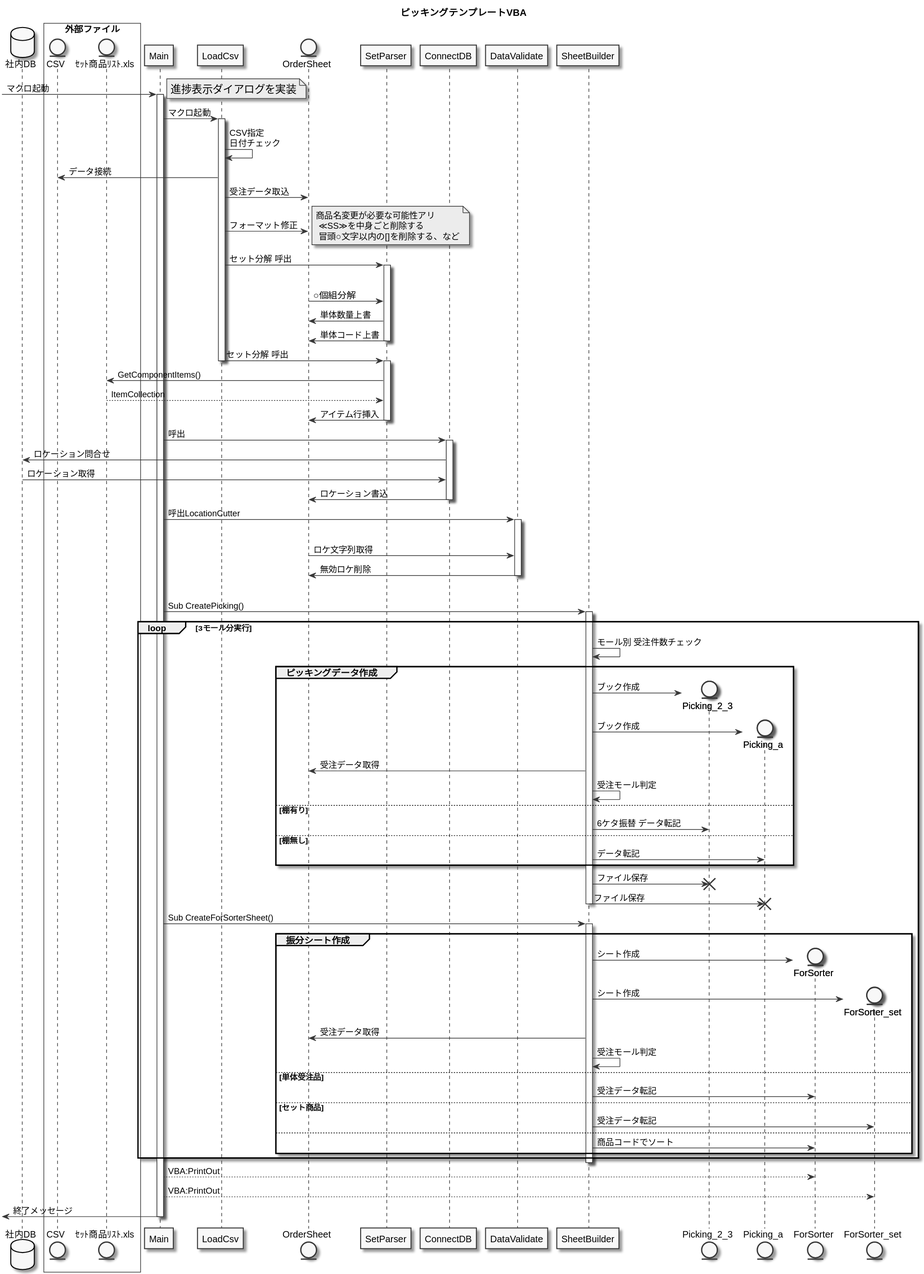
The PlantUML diagram out/picking_create_vba/picking_create_vba.svg in amunenaga/ec-backyard-macro, before a commit. Its source is kept beside it as picking_create_vba.puml.
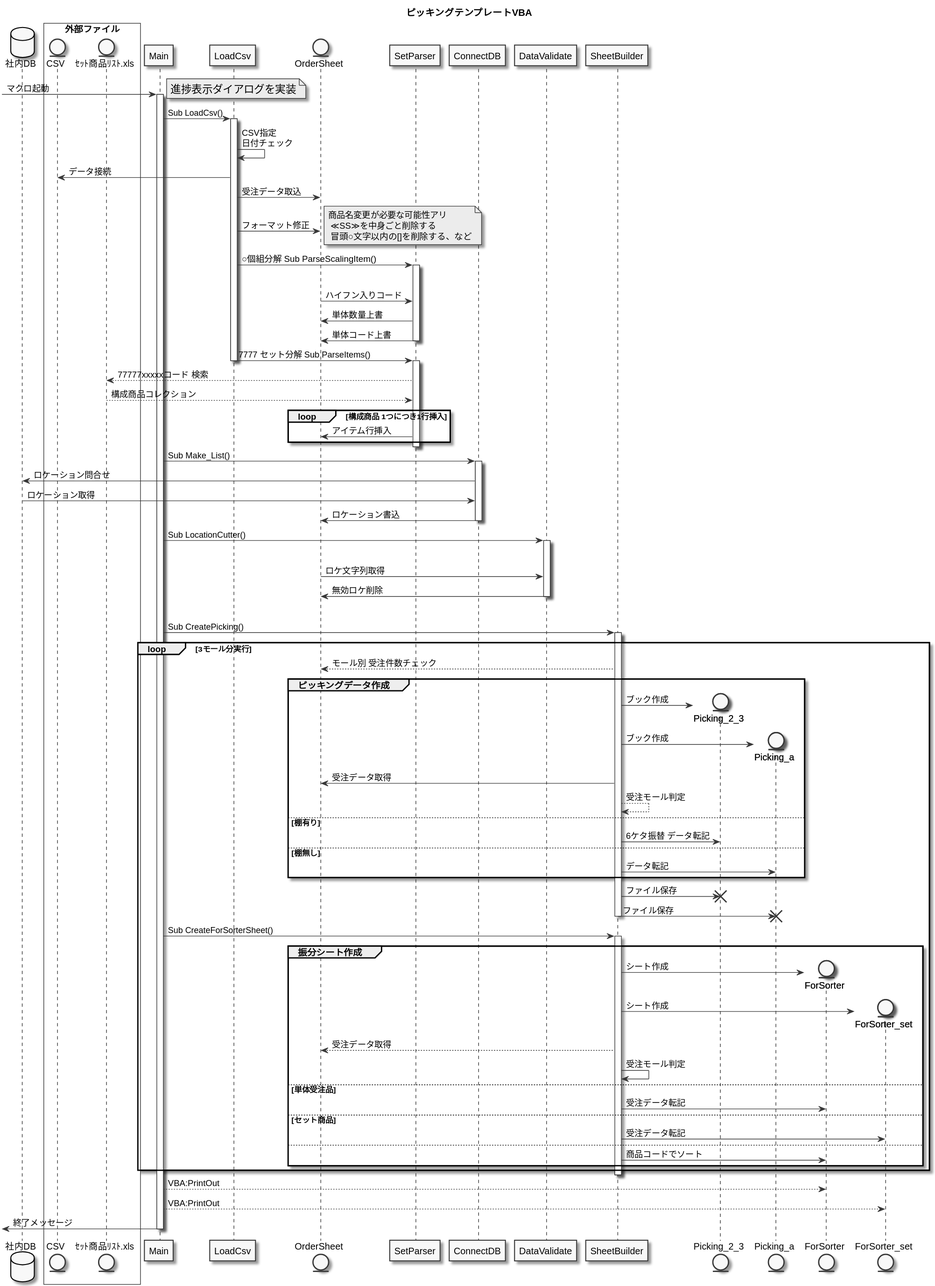
The same diagram one commit later.

Change to the diagram source:
```diff
@@ -21,7 +21,7 @@
   <size:16>進捗表示ダイアログを実装</size>
 end note
 
-Main -> LoadCsv : マクロ起動
+Main -> LoadCsv : Sub LoadCsv()
 activate LoadCsv
 
 LoadCsv -> LoadCsv : CSV指定\n日付チェック
@@ -41,27 +41,29 @@
      冒頭○文字以内の[]を削除する、など
 end note
 
-LoadCsv -> SetParser : セット分解 呼出
+LoadCsv -> SetParser : ○個組分解 Sub ParseScalingItem()
 |||
 activate SetParser
 
-SetParser <- OrderSheet :○個組分解
+SetParser <- OrderSheet : ハイフン入りコード
 SetParser -> OrderSheet : 単体数量上書
 SetParser -> OrderSheet : 単体コード上書
 deactivate SetParser
 
-LoadCsv -> SetParser : セット分解 呼出
+LoadCsv -> SetParser : 7777 セット分解 Sub ParseItems()
 deactivate LoadCsv
 activate SetParser
 
-ｾｯﾄ商品ﾘｽﾄ.xls <- SetParser : GetComponentItems()
-ｾｯﾄ商品ﾘｽﾄ.xls --> SetParser : ItemCollection
+ｾｯﾄ商品ﾘｽﾄ.xls <-- SetParser : 77777xxxxxコード 検索
+ｾｯﾄ商品ﾘｽﾄ.xls --> SetParser : 構成商品コレクション
 
-SetParser -> OrderSheet : アイテム行挿入
+Loop 構成商品 1つにつき1行挿入
+    SetParser -> OrderSheet : アイテム行挿入
+end
 
 deactivate SetParser
 
-Main -> ConnectDB : 呼出
+Main -> ConnectDB : Sub Make_List()
 activate ConnectDB
 社内DB <- ConnectDB : ロケーション問合せ
 社内DB -> ConnectDB :ロケーション取得
@@ -72,7 +74,7 @@
 
 participant DataValidate
 
-Main -> DataValidate : 呼出LocationCutter
+Main -> DataValidate : Sub LocationCutter()
 
 activate DataValidate
 
@@ -91,7 +93,7 @@
 
 loop 3モール分実行
 
-    SheetBuilder->SheetBuilder : モール別 受注件数チェック
+    OrderSheet <-- SheetBuilder : モール別 受注件数チェック
 
     Group ピッキングデータ作成
 
@@ -103,7 +105,7 @@
 
         OrderSheet <- SheetBuilder : 受注データ取得
 
-        SheetBuilder -> SheetBuilder : 受注モール判定
+        SheetBuilder --> SheetBuilder : 受注モール判定
 
         else 棚有り
             SheetBuilder -> Picking_2_3 : 6ケタ振替 データ転記
@@ -128,7 +130,7 @@
         SheetBuilder -> ForSorter : シート作成
         create entity ForSorter_set
         SheetBuilder -> ForSorter_set : シート作成
-        OrderSheet <- SheetBuilder : 受注データ取得
+        OrderSheet <-- SheetBuilder : 受注データ取得
         SheetBuilder -> SheetBuilder : 受注モール判定
 
         else 単体受注品
```
